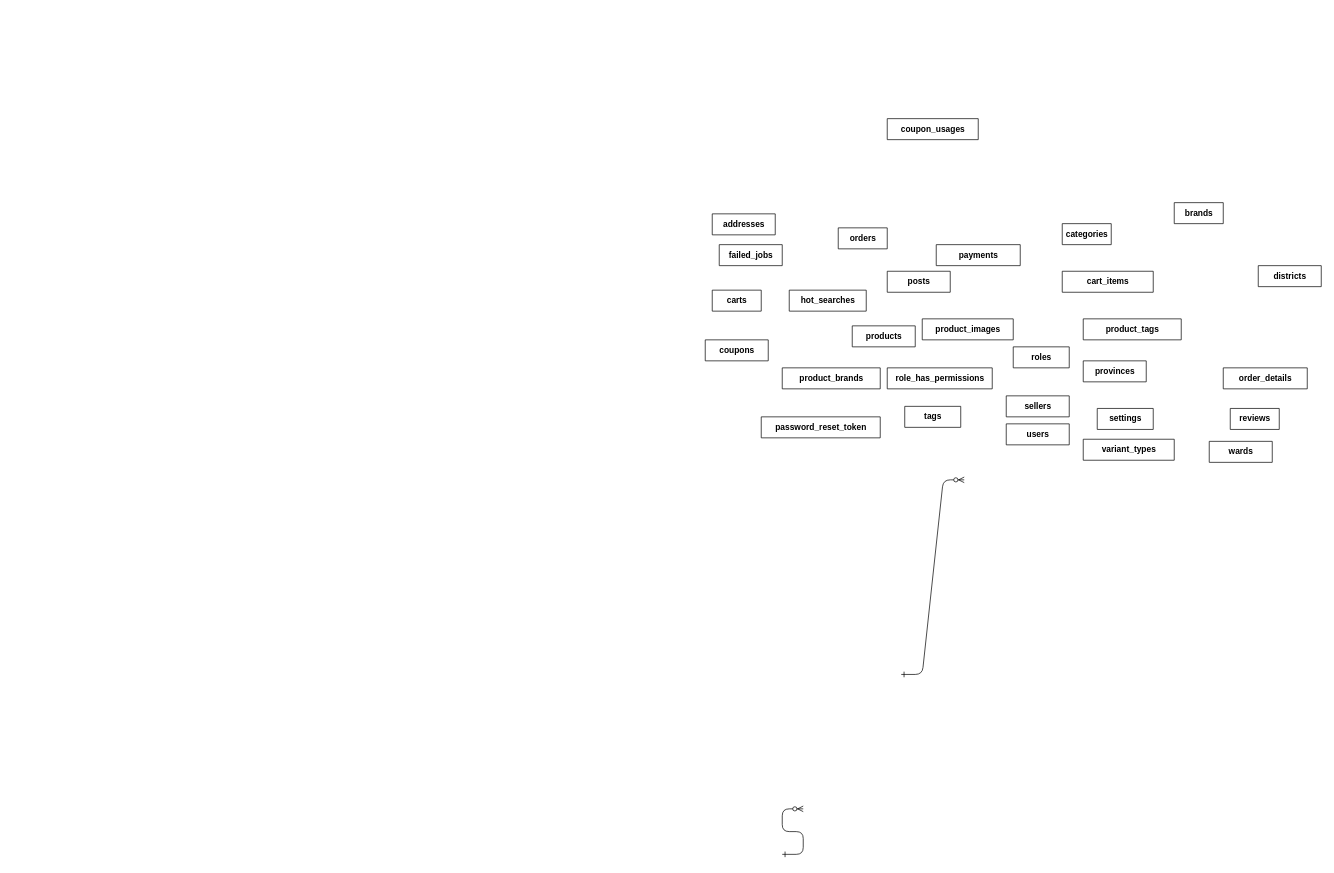
Above: database/Database.drawio in hptprobook/3000 (draw.io), before the change. Source tidied: cells renumbered, new cells numbered last; positions are measured from the earlier drawing's top-left corner, leaving out a move shared by most shapes. Both pictures are drawn from the tidied source at 70%, with x=0, y=0 at pixel (705, 118).
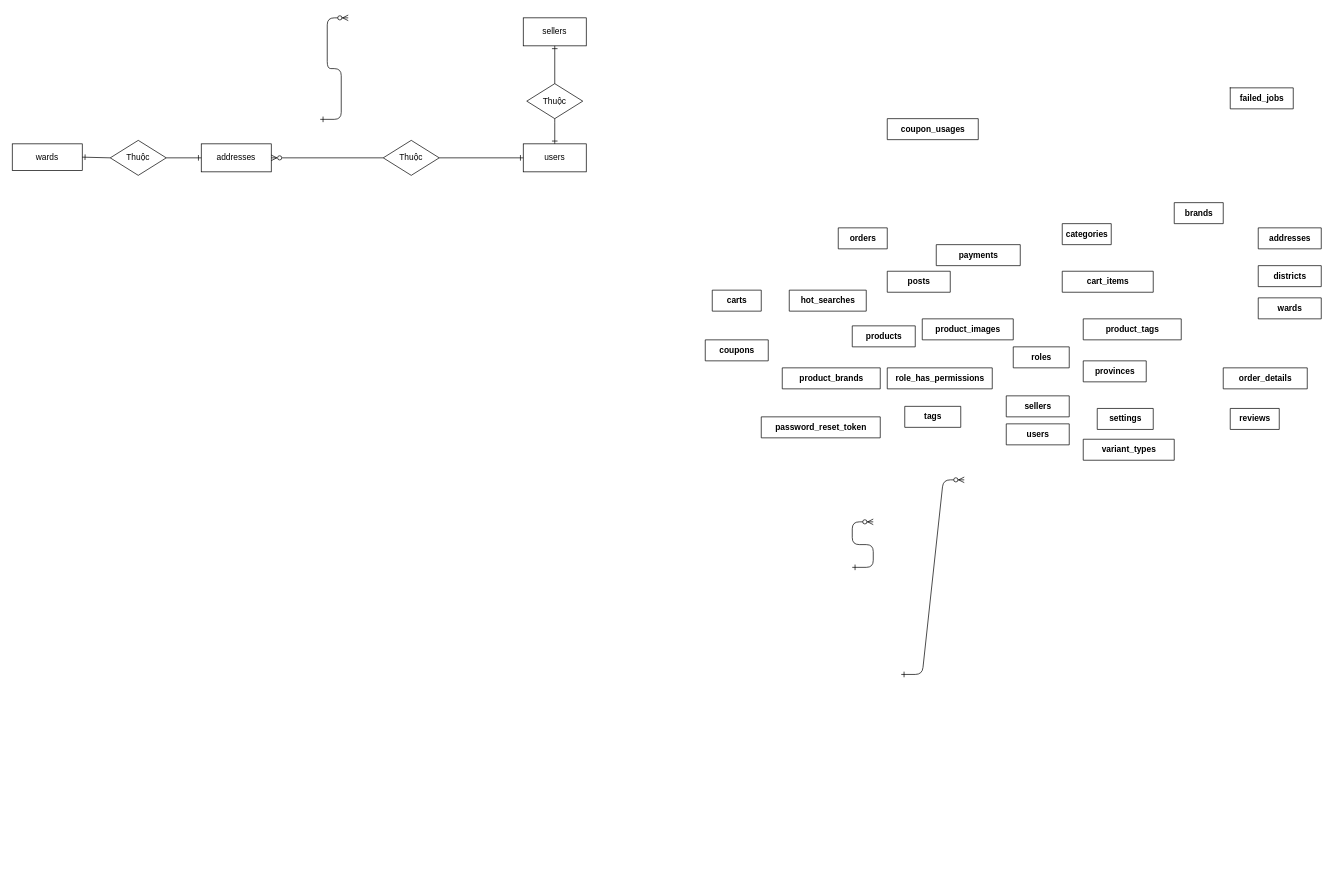
Above is the later version.

The edit, as a diff of the source:
```diff
@@
     <mxCell id="2" style="edgeStyle=entityRelationEdgeStyle;endArrow=ERzeroToMany;startArrow=ERone;endFill=1;startFill=0;" parent="1" edge="1">
       <mxGeometry relative="1" as="geometry">
-        <mxPoint x="110" y="1051" as="sourcePoint" />
-        <mxPoint x="140" y="986" as="targetPoint" />
+        <mxPoint x="210" y="641" as="sourcePoint" />
+        <mxPoint x="240" y="576" as="targetPoint" />
       </mxGeometry>
     </mxCell>
@@
     <mxCell id="4" value="addresses" style="shape=table;startSize=30;childLayout=tableLayout;rowLines=0;fontStyle=1;align=center;html=1;" parent="1" vertex="1" collapsed="1">
-      <mxGeometry x="10" y="136" width="90" height="30" as="geometry" />
+      <mxGeometry x="790" y="156" width="90" height="30" as="geometry" />
     </mxCell>
@@
-    <mxCell id="12" value="failed_jobs" style="shape=table;startSize=30;childLayout=tableLayout;rowLines=0;fontStyle=1;align=center;html=1;" parent="1" vertex="1" collapsed="1">
-      <mxGeometry x="20" y="180" width="90" height="30" as="geometry" />
+    <mxCell id="12" value="failed_jobs" style="shape=table;startSize=0;childLayout=tableLayout;rowLines=0;fontStyle=1;align=center;html=1;" parent="1" vertex="1" collapsed="1">
+      <mxGeometry x="750" y="-44" width="90" height="30" as="geometry" />
     </mxCell>
@@
     <mxCell id="32" value="wards" style="shape=table;startSize=30;childLayout=tableLayout;rowLines=0;fontStyle=1;align=center;html=1;" parent="1" vertex="1" collapsed="1">
-      <mxGeometry x="720" y="461" width="90" height="30" as="geometry" />
+      <mxGeometry x="790" y="256" width="90" height="30" as="geometry" />
     </mxCell>
+    <mxCell id="33" value="addresses" style="rounded=0;whiteSpace=wrap;html=1;" parent="1" vertex="1">
+      <mxGeometry x="-720" y="36" width="100" height="40" as="geometry" />
+    </mxCell>
+    <mxCell id="34" value="users" style="rounded=0;whiteSpace=wrap;html=1;" parent="1" vertex="1">
+      <mxGeometry x="-260" y="36" width="90" height="40" as="geometry" />
+    </mxCell>
+    <mxCell id="35" value="wards" style="rounded=0;whiteSpace=wrap;html=1;" parent="1" vertex="1">
+      <mxGeometry x="-990" y="36" width="100" height="38" as="geometry" />
+    </mxCell>
+    <mxCell id="36" value="Thuộc" style="rhombus;whiteSpace=wrap;html=1;" parent="1" vertex="1">
+      <mxGeometry x="-460" y="31" width="80" height="50" as="geometry" />
+    </mxCell>
+    <mxCell id="37" style="edgeStyle=entityRelationEdgeStyle;endArrow=ERzeroToMany;startArrow=ERone;endFill=1;startFill=0;" parent="1" edge="1">
+      <mxGeometry relative="1" as="geometry">
+        <mxPoint x="-550" y="1" as="sourcePoint" />
+        <mxPoint x="-510" y="-144" as="targetPoint" />
+        <Array as="points">
+          <mxPoint x="-510" y="-104" />
+        </Array>
+      </mxGeometry>
+    </mxCell>
+    <mxCell id="38" style="fontSize=12;html=1;endArrow=none;rounded=0;exitX=0;exitY=0.5;exitDx=0;exitDy=0;entryX=1;entryY=0.5;entryDx=0;entryDy=0;endFill=0;startArrow=ERone;startFill=0;" parent="1" edge="1" source="34" target="36">
+      <mxGeometry relative="1" as="geometry" />
+    </mxCell>
+    <mxCell id="39" style="fontSize=12;html=1;endArrow=none;rounded=0;exitX=1;exitY=0.5;exitDx=0;exitDy=0;entryX=0;entryY=0.5;entryDx=0;entryDy=0;endFill=0;startArrow=ERzeroToMany;startFill=0;" parent="1" edge="1" source="33" target="36">
+      <mxGeometry relative="1" as="geometry" />
+    </mxCell>
+    <mxCell id="40" value="Thuộc" style="rhombus;whiteSpace=wrap;html=1;" parent="1" vertex="1">
+      <mxGeometry x="-850" y="31" width="80" height="50" as="geometry" />
+    </mxCell>
+    <mxCell id="41" style="fontSize=12;html=1;endArrow=none;rounded=0;exitX=0;exitY=0.5;exitDx=0;exitDy=0;entryX=1;entryY=0.5;entryDx=0;entryDy=0;endFill=0;startArrow=ERone;startFill=0;" parent="1" edge="1" source="33" target="40">
+      <mxGeometry relative="1" as="geometry" />
+    </mxCell>
+    <mxCell id="42" style="fontSize=12;html=1;endArrow=none;rounded=0;exitX=1;exitY=0.5;exitDx=0;exitDy=0;entryX=0;entryY=0.5;entryDx=0;entryDy=0;endFill=0;startArrow=ERone;startFill=0;" parent="1" edge="1" source="35" target="40">
+      <mxGeometry relative="1" as="geometry" />
+    </mxCell>
+    <mxCell id="43" value="sellers" style="rounded=0;whiteSpace=wrap;html=1;" parent="1" vertex="1">
+      <mxGeometry x="-260" y="-144" width="90" height="40" as="geometry" />
+    </mxCell>
+    <mxCell id="44" value="Thuộc" style="rhombus;whiteSpace=wrap;html=1;" parent="1" vertex="1">
+      <mxGeometry x="-255" y="-50" width="80" height="50" as="geometry" />
+    </mxCell>
+    <mxCell id="45" style="fontSize=12;html=1;endArrow=none;rounded=0;exitX=0.5;exitY=0;exitDx=0;exitDy=0;entryX=0.5;entryY=1;entryDx=0;entryDy=0;endFill=0;startArrow=ERone;startFill=0;" parent="1" edge="1" source="34" target="44">
+      <mxGeometry relative="1" as="geometry">
+        <Array as="points">
+          <mxPoint x="-215" y="6" />
+        </Array>
+      </mxGeometry>
+    </mxCell>
+    <mxCell id="46" style="fontSize=12;html=1;endArrow=none;rounded=0;exitX=0.5;exitY=1;exitDx=0;exitDy=0;entryX=0.5;entryY=0;entryDx=0;entryDy=0;endFill=0;startArrow=ERone;startFill=0;" parent="1" edge="1" source="43" target="44">
+      <mxGeometry relative="1" as="geometry" />
+    </mxCell>
```
